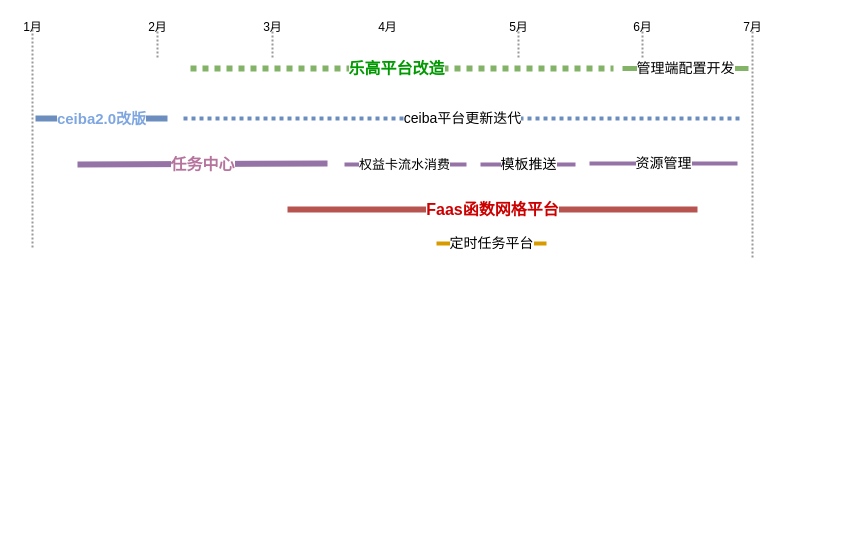
Above: work.drawio in axtrur/resource (draw.io), before the change. Source tidied: cells renumbered, new cells numbered last; positions are measured from the earlier drawing's top-left corner, leaving out a move shared by most shapes. Both pictures are drawn from the tidied source at 100%, with x=0, y=0 at pixel (17, 17).
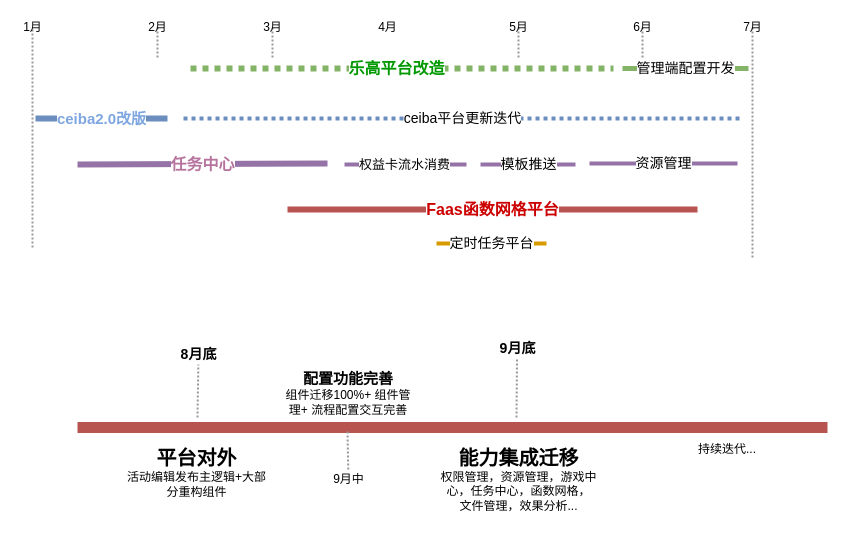
The same diagram, later.

The edit, as a diff of the source:
```diff
@@
+    <mxCell id="26" style="endArrow=none;html=1;strokeWidth=11;fillColor=#f8cecc;strokeColor=#b85450;fontSize=17;" parent="1" edge="1">
+      <mxGeometry relative="1" as="geometry">
+        <mxPoint x="60" y="410" as="sourcePoint" />
+        <mxPoint x="810" y="410" as="targetPoint" />
+      </mxGeometry>
+    </mxCell>
+    <mxCell id="27" style="endArrow=none;dashed=1;html=1;dashPattern=1 1;strokeWidth=2;strokeColor=#999999;" parent="1" edge="1" target="28">
+      <mxGeometry relative="1" as="geometry">
+        <mxPoint x="180" y="400" as="sourcePoint" />
+      </mxGeometry>
+    </mxCell>
+    <mxCell id="28" value="8月底" style="text;html=1;align=center;verticalAlign=middle;points=[];strokeColor=none;fontStyle=1;fontSize=14;" parent="1" vertex="1">
+      <mxGeometry x="156" y="327" width="50" height="20" as="geometry" />
+    </mxCell>
+    <mxCell id="29" value="9月中" style="text;html=1;align=center;verticalAlign=middle;points=[];strokeColor=none;" parent="1" vertex="1">
+      <mxGeometry x="306" y="452" width="50" height="20" as="geometry" />
+    </mxCell>
+    <mxCell id="30" style="endArrow=none;dashed=1;html=1;dashPattern=1 1;strokeWidth=2;strokeColor=#999999;" parent="1" edge="1" source="29">
+      <mxGeometry relative="1" as="geometry">
+        <mxPoint x="330" y="414" as="targetPoint" />
+      </mxGeometry>
+    </mxCell>
+    <mxCell id="31" value="&lt;font size=&quot;1&quot;&gt;&lt;b style=&quot;font-size: 20px&quot;&gt;平台对外&lt;/b&gt;&lt;/font&gt;&lt;br&gt;活动编辑发布主逻辑+大部分重构组件" style="text;html=1;strokeColor=none;fillColor=none;align=center;verticalAlign=middle;whiteSpace=wrap;rounded=0;" parent="1" vertex="1">
+      <mxGeometry x="109.4" y="420" width="141.2" height="70" as="geometry" />
+    </mxCell>
+    <mxCell id="32" value="&lt;b&gt;&lt;font style=&quot;font-size: 15px&quot;&gt;配置功能完善&lt;/font&gt;&lt;/b&gt;&lt;br&gt;组件迁移100%+ 组件管理+ 流程配置交互完善" style="text;html=1;strokeColor=none;fillColor=none;align=center;verticalAlign=middle;whiteSpace=wrap;rounded=0;" parent="1" vertex="1">
+      <mxGeometry x="266" y="339" width="130" height="73" as="geometry" />
+    </mxCell>
+    <mxCell id="33" style="endArrow=none;dashed=1;html=1;dashPattern=1 1;strokeWidth=2;strokeColor=#999999;" parent="1" edge="1" target="34">
+      <mxGeometry relative="1" as="geometry">
+        <mxPoint x="499" y="400" as="sourcePoint" />
+      </mxGeometry>
+    </mxCell>
+    <mxCell id="34" value="9月底" style="text;html=1;align=center;verticalAlign=middle;points=[];strokeColor=none;fontStyle=1;fontSize=14;" parent="1" vertex="1">
+      <mxGeometry x="474.6" y="321" width="50" height="20" as="geometry" />
+    </mxCell>
+    <mxCell id="35" value="&lt;span style=&quot;font-size: 20px&quot;&gt;&lt;b&gt;能力集成迁移&lt;/b&gt;&lt;/span&gt;&lt;br&gt;权限管理，资源管理，游戏中心，任务中心，函数网格，&lt;br&gt;文件管理，效果分析..." style="text;html=1;strokeColor=none;fillColor=none;align=center;verticalAlign=middle;whiteSpace=wrap;rounded=0;" parent="1" vertex="1">
+      <mxGeometry x="415.5" y="412" width="171" height="100" as="geometry" />
+    </mxCell>
+    <mxCell id="36" value="持续迭代..." style="text;html=1;strokeColor=none;fillColor=none;align=center;verticalAlign=middle;whiteSpace=wrap;rounded=0;" parent="1" vertex="1">
+      <mxGeometry x="650" y="412" width="120" height="40" as="geometry" />
+    </mxCell>
```
